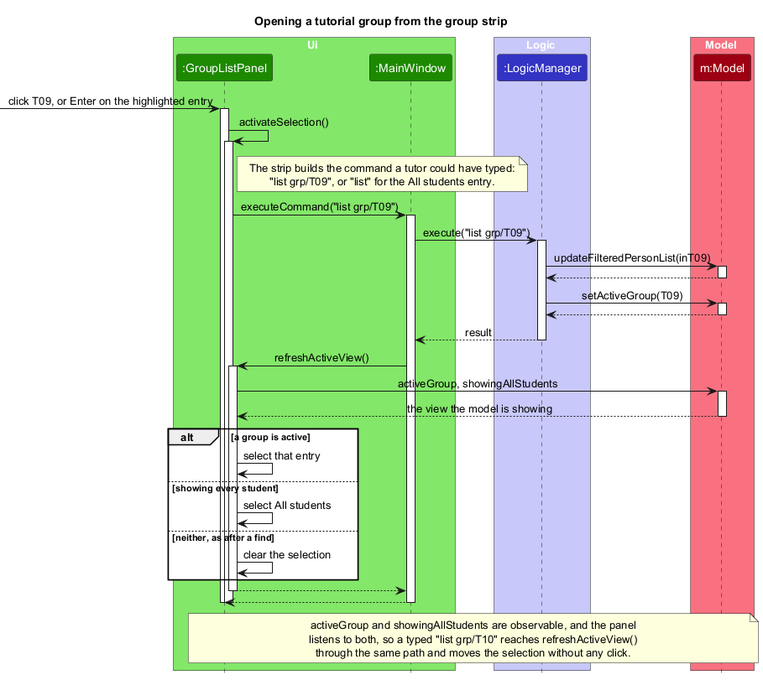
This is docs/images/GroupStripNavigationSequenceDiagram.png from AY2627S1-CS2103T-F12-4/tp, a PlantUML export, as it was before one commit. The source it was exported from:
```plantuml
@startuml
!include style.puml
skinparam ArrowFontStyle plain
title Opening a tutorial group from the group strip

box Ui UI_COLOR_T1
participant ":GroupListPanel" as GroupListPanel UI_COLOR
participant ":MainWindow" as MainWindow UI_COLOR
end box

box Logic LOGIC_COLOR_T1
participant ":LogicManager" as LogicManager LOGIC_COLOR
end box

box Model MODEL_COLOR_T1
participant "m:Model" as Model MODEL_COLOR
end box

[-> GroupListPanel : click T09, or Enter on the highlighted entry
activate GroupListPanel

GroupListPanel -> GroupListPanel : activateSelection()
activate GroupListPanel

note right of GroupListPanel
  The strip builds the command a tutor could have typed:
  "list grp/T09", or "list" for the All students entry.
end note

GroupListPanel -> MainWindow : executeCommand("list grp/T09")
activate MainWindow

MainWindow -> LogicManager : execute("list grp/T09")
activate LogicManager

LogicManager -> Model : updateFilteredPersonList(inT09)
activate Model
Model --> LogicManager
deactivate Model

LogicManager -> Model : setActiveGroup(T09)
activate Model
Model --> LogicManager
deactivate Model

LogicManager --> MainWindow : result
deactivate LogicManager

MainWindow -> GroupListPanel : refreshActiveView()
activate GroupListPanel

GroupListPanel -> Model : activeGroup, showingAllStudents
activate Model
Model --> GroupListPanel : the view the model is showing
deactivate Model

alt a group is active
    GroupListPanel -> GroupListPanel : select that entry
else showing every student
    GroupListPanel -> GroupListPanel : select All students
else neither, as after a find
    GroupListPanel -> GroupListPanel : clear the selection
end

GroupListPanel --> MainWindow
deactivate GroupListPanel

MainWindow --> GroupListPanel
deactivate MainWindow
deactivate GroupListPanel
deactivate GroupListPanel

note over GroupListPanel, Model
  activeGroup and showingAllStudents are observable, and the panel
  listens to both, so a typed "list grp/T10" reaches refreshActiveView()
  through the same path and moves the selection without any click.
end note
@enduml
```
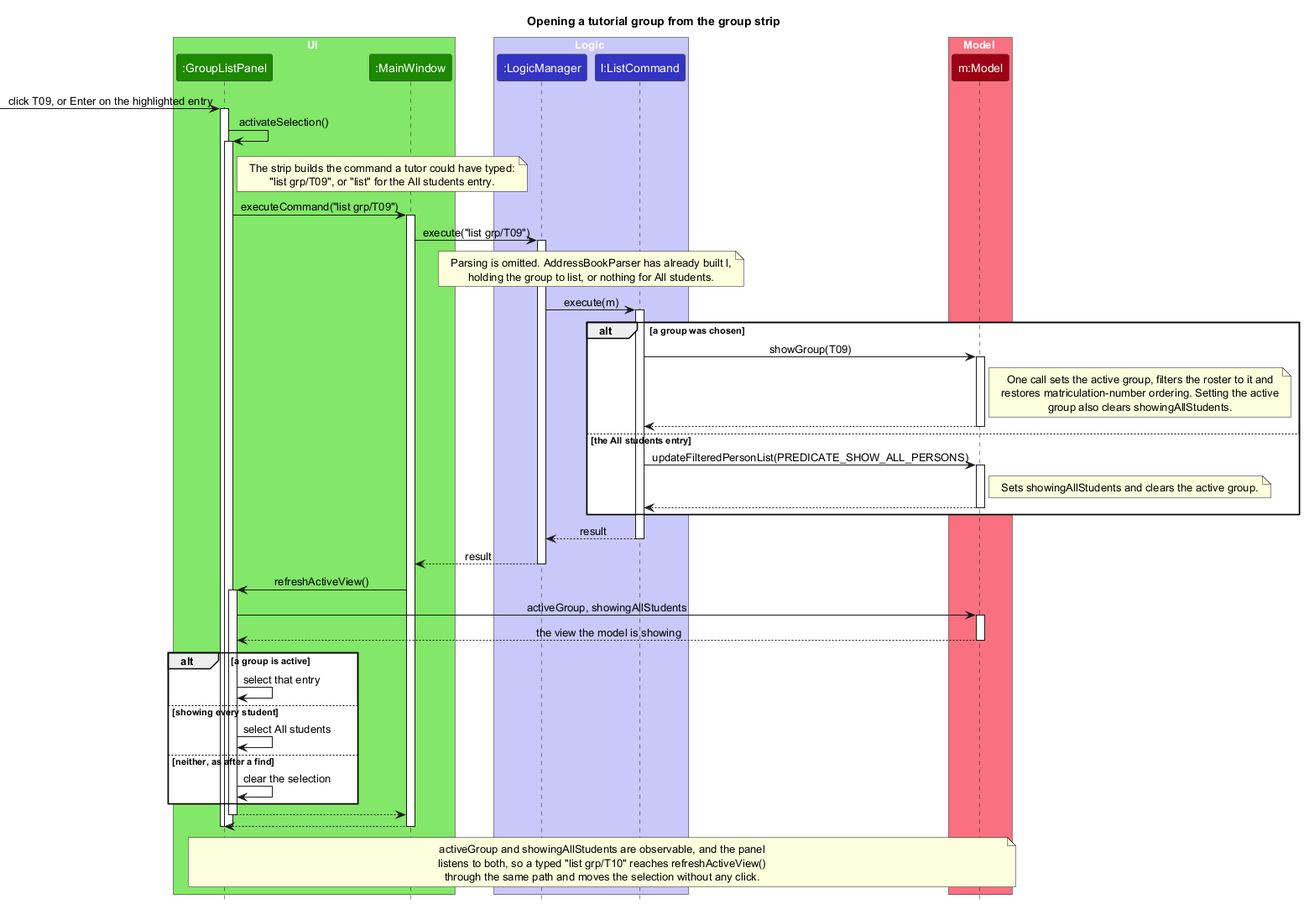
After the commit.

Commit message:
Correct the UI diagrams after review

Change to the diagram source:
```diff
@@ -10,6 +10,7 @@
 
 box Logic LOGIC_COLOR_T1
 participant ":LogicManager" as LogicManager LOGIC_COLOR
+participant "l:ListCommand" as ListCommand LOGIC_COLOR
 end box
 
 box Model MODEL_COLOR_T1
@@ -33,15 +34,36 @@
 MainWindow -> LogicManager : execute("list grp/T09")
 activate LogicManager
 
-LogicManager -> Model : updateFilteredPersonList(inT09)
-activate Model
-Model --> LogicManager
-deactivate Model
+note over LogicManager, ListCommand
+  Parsing is omitted. AddressBookParser has already built l,
+  holding the group to list, or nothing for All students.
+end note
 
-LogicManager -> Model : setActiveGroup(T09)
-activate Model
-Model --> LogicManager
-deactivate Model
+LogicManager -> ListCommand : execute(m)
+activate ListCommand
+
+alt a group was chosen
+    ListCommand -> Model : showGroup(T09)
+    activate Model
+    note right of Model
+      One call sets the active group, filters the roster to it and
+      restores matriculation-number ordering. Setting the active
+      group also clears showingAllStudents.
+    end note
+    Model --> ListCommand
+    deactivate Model
+else the All students entry
+    ListCommand -> Model : updateFilteredPersonList(PREDICATE_SHOW_ALL_PERSONS)
+    activate Model
+    note right of Model
+      Sets showingAllStudents and clears the active group.
+    end note
+    Model --> ListCommand
+    deactivate Model
+end
+
+ListCommand --> LogicManager : result
+deactivate ListCommand
 
 LogicManager --> MainWindow : result
 deactivate LogicManager
```
